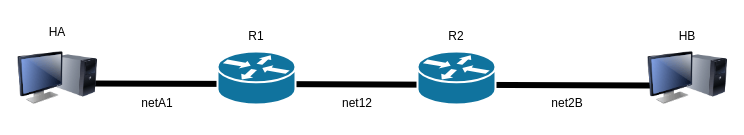
This is LAB-K3/Figs/net1.drawio from paolo-giaccone/Datacenter-lab-CE-pub, a draw.io file, before an edit. Source tidied: cells renumbered, new cells numbered last; positions are measured from the earlier drawing's top-left corner, leaving out a move shared by most shapes. Both pictures are drawn from the tidied source at 100%, with x=0, y=0 at pixel (17, 17).
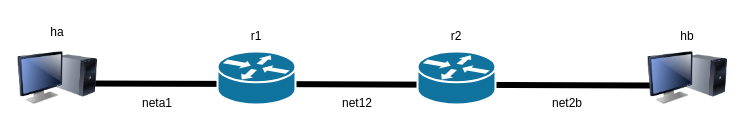
The same page after the edit.

The edit, as a diff of the source:
```diff
@@
 <mxGraphModel>
   <root>
     <mxCell id="0" />
     <mxCell id="1" parent="0" />
     <mxCell id="2" style="endArrow=none;html=1;rounded=0;exitX=0.627;exitY=0.661;exitDx=0;exitDy=0;exitPerimeter=0;strokeWidth=6;entryX=0.277;entryY=0.694;entryDx=0;entryDy=0;entryPerimeter=0;" parent="1" edge="1">
       <mxGeometry relative="1" as="geometry">
         <mxPoint x="72" y="66" as="sourcePoint" />
         <mxPoint x="633" y="68" as="targetPoint" />
       </mxGeometry>
     </mxCell>
     <mxCell id="3" style="shape=mxgraph.cisco.routers.router;html=1;dashed=0;fillColor=#10739E;strokeColor=#ffffff;strokeWidth=2;verticalLabelPosition=bottom;verticalAlign=top;fontFamily=Helvetica;fontSize=36;fontColor=#FFB366;" parent="1" vertex="1">
       <mxGeometry x="200" y="34" width="78" height="53" as="geometry" />
     </mxCell>
     <mxCell id="4" style="shape=mxgraph.cisco.routers.router;html=1;dashed=0;fillColor=#10739E;strokeColor=#ffffff;strokeWidth=2;verticalLabelPosition=bottom;verticalAlign=top;fontFamily=Helvetica;fontSize=36;fontColor=#FFB366;" parent="1" vertex="1">
       <mxGeometry x="400" y="34" width="78" height="53" as="geometry" />
     </mxCell>
-    <mxCell id="5" value="R1" style="text;strokeColor=none;align=center;fillColor=none;html=1;verticalAlign=middle;whiteSpace=wrap;rounded=0;" parent="1" vertex="1">
+    <mxCell id="5" value="r1" style="text;strokeColor=none;align=center;fillColor=none;html=1;verticalAlign=middle;whiteSpace=wrap;rounded=0;" parent="1" vertex="1">
       <mxGeometry x="209" y="4" width="60" height="30" as="geometry" />
     </mxCell>
     <mxCell id="6" style="image;html=1;image=img/lib/clip_art/computers/Monitor_Tower_128x128.png;shadow=0;strokeColor=#000000;fillColor=#FFFFFF;gradientColor=none;fontSize=18;fontColor=#F08705;fontStyle=0;" parent="1" vertex="1">
       <mxGeometry y="20.5" width="80" height="80" as="geometry" />
     </mxCell>
     <mxCell id="7" style="image;html=1;image=img/lib/clip_art/computers/Monitor_Tower_128x128.png;shadow=0;strokeColor=#000000;fillColor=#FFFFFF;gradientColor=none;fontSize=18;fontColor=#F08705;fontStyle=0;" parent="1" vertex="1">
       <mxGeometry x="630" y="20.5" width="80" height="80" as="geometry" />
     </mxCell>
-    <mxCell id="8" value="R2" style="text;strokeColor=none;align=center;fillColor=none;html=1;verticalAlign=middle;whiteSpace=wrap;rounded=0;" parent="1" vertex="1">
+    <mxCell id="8" value="r2" style="text;strokeColor=none;align=center;fillColor=none;html=1;verticalAlign=middle;whiteSpace=wrap;rounded=0;" parent="1" vertex="1">
       <mxGeometry x="409" y="4" width="60" height="30" as="geometry" />
     </mxCell>
-    <mxCell id="9" value="HA" style="text;strokeColor=none;align=center;fillColor=none;html=1;verticalAlign=middle;whiteSpace=wrap;rounded=0;" parent="1" vertex="1">
+    <mxCell id="9" value="ha" style="text;strokeColor=none;align=center;fillColor=none;html=1;verticalAlign=middle;whiteSpace=wrap;rounded=0;" parent="1" vertex="1">
       <mxGeometry x="10" width="60" height="30" as="geometry" />
     </mxCell>
-    <mxCell id="10" value="HB" style="text;strokeColor=none;align=center;fillColor=none;html=1;verticalAlign=middle;whiteSpace=wrap;rounded=0;" parent="1" vertex="1">
+    <mxCell id="10" value="hb" style="text;strokeColor=none;align=center;fillColor=none;html=1;verticalAlign=middle;whiteSpace=wrap;rounded=0;" parent="1" vertex="1">
       <mxGeometry x="640" y="4" width="60" height="30" as="geometry" />
     </mxCell>
-    <mxCell id="11" value="netA1" style="text;strokeColor=none;align=center;fillColor=none;html=1;verticalAlign=middle;whiteSpace=wrap;rounded=0;" parent="1" vertex="1">
+    <mxCell id="11" value="neta1" style="text;strokeColor=none;align=center;fillColor=none;html=1;verticalAlign=middle;whiteSpace=wrap;rounded=0;" parent="1" vertex="1">
       <mxGeometry x="110" y="70.5" width="60" height="30" as="geometry" />
     </mxCell>
     <mxCell id="12" value="net12" style="text;strokeColor=none;align=center;fillColor=none;html=1;verticalAlign=middle;whiteSpace=wrap;rounded=0;" parent="1" vertex="1">
       <mxGeometry x="310" y="70.5" width="60" height="30" as="geometry" />
     </mxCell>
-    <mxCell id="13" value="net2B" style="text;strokeColor=none;align=center;fillColor=none;html=1;verticalAlign=middle;whiteSpace=wrap;rounded=0;" parent="1" vertex="1">
+    <mxCell id="13" value="net2b" style="text;strokeColor=none;align=center;fillColor=none;html=1;verticalAlign=middle;whiteSpace=wrap;rounded=0;" parent="1" vertex="1">
       <mxGeometry x="520" y="70.5" width="60" height="30" as="geometry" />
     </mxCell>
   </root>
 </mxGraphModel>
```
